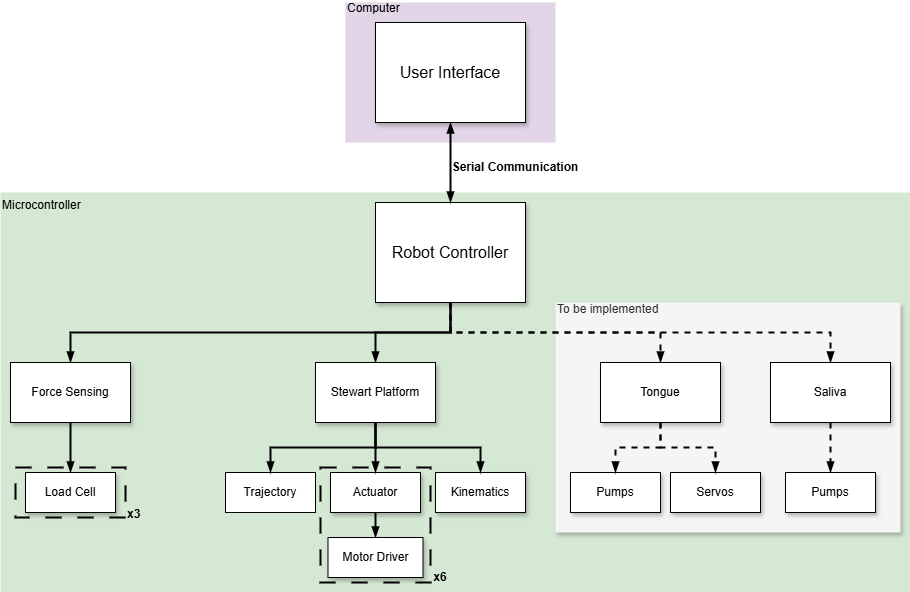
The draw.io diagram report/figures/code_structure.drawio.png in Bdg9/RoboticsJawArduino, before a commit. Source tidied: cells renumbered, new cells last; positions are measured from the earlier drawing's top-left corner, leaving out a move shared by most shapes.
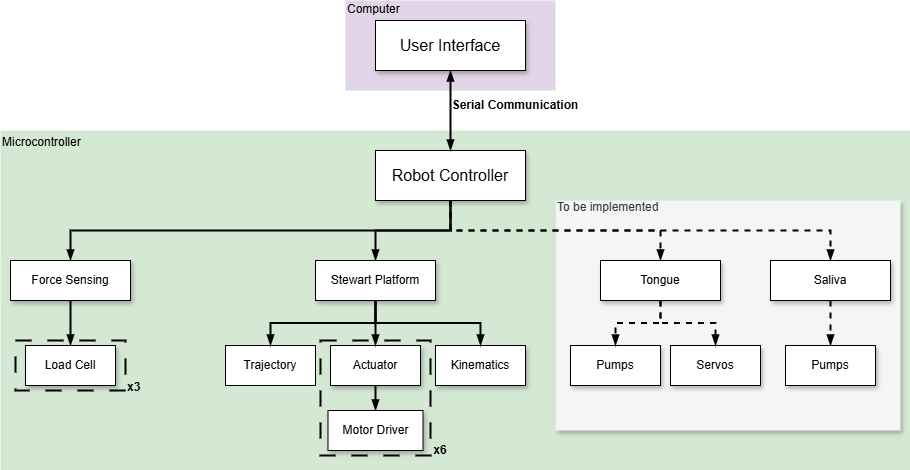
Above is the later version.

Change to the diagram source:
```diff
@@ -2,11 +2,11 @@
   <root>
     <mxCell id="0" />
     <mxCell id="1" parent="0" />
-    <mxCell id="2" value="Microcontroller&lt;div&gt;&lt;br&gt;&lt;/div&gt;&lt;div&gt;&lt;br&gt;&lt;/div&gt;&lt;div&gt;&lt;br&gt;&lt;/div&gt;&lt;div&gt;&lt;br&gt;&lt;/div&gt;&lt;div&gt;&lt;br&gt;&lt;/div&gt;&lt;div&gt;&lt;br&gt;&lt;/div&gt;&lt;div&gt;&lt;br&gt;&lt;/div&gt;&lt;div&gt;&lt;br&gt;&lt;/div&gt;&lt;div&gt;&lt;br&gt;&lt;/div&gt;&lt;div&gt;&lt;br&gt;&lt;/div&gt;&lt;div&gt;&lt;br&gt;&lt;/div&gt;&lt;div&gt;&lt;br&gt;&lt;/div&gt;&lt;div&gt;&lt;br&gt;&lt;/div&gt;&lt;div&gt;&lt;br&gt;&lt;/div&gt;&lt;div&gt;&lt;br&gt;&lt;/div&gt;&lt;div&gt;&lt;br&gt;&lt;/div&gt;&lt;div&gt;&lt;br&gt;&lt;/div&gt;&lt;div&gt;&lt;br&gt;&lt;/div&gt;&lt;div&gt;&lt;br&gt;&lt;/div&gt;&lt;div&gt;&lt;br&gt;&lt;/div&gt;&lt;div&gt;&lt;br&gt;&lt;/div&gt;&lt;div&gt;&lt;br&gt;&lt;/div&gt;&lt;div&gt;&lt;br&gt;&lt;/div&gt;&lt;div&gt;&lt;br&gt;&lt;/div&gt;&lt;div&gt;&lt;br&gt;&lt;/div&gt;&lt;div&gt;&lt;br&gt;&lt;/div&gt;" style="rounded=0;whiteSpace=wrap;html=1;fillColor=#d5e8d4;strokeColor=none;align=left;" parent="1" vertex="1">
-      <mxGeometry y="190" width="910" height="400" as="geometry" />
+    <mxCell id="2" value="Microcontroller&lt;div&gt;&lt;br&gt;&lt;/div&gt;&lt;div&gt;&lt;br&gt;&lt;/div&gt;&lt;div&gt;&lt;br&gt;&lt;/div&gt;&lt;div&gt;&lt;br&gt;&lt;/div&gt;&lt;div&gt;&lt;br&gt;&lt;/div&gt;&lt;div&gt;&lt;br&gt;&lt;/div&gt;&lt;div&gt;&lt;br&gt;&lt;/div&gt;&lt;div&gt;&lt;br&gt;&lt;/div&gt;&lt;div&gt;&lt;br&gt;&lt;/div&gt;&lt;div&gt;&lt;br&gt;&lt;/div&gt;&lt;div&gt;&lt;br&gt;&lt;/div&gt;&lt;div&gt;&lt;br&gt;&lt;/div&gt;&lt;div&gt;&lt;br&gt;&lt;/div&gt;&lt;div&gt;&lt;br&gt;&lt;/div&gt;&lt;div&gt;&lt;br&gt;&lt;/div&gt;&lt;div&gt;&lt;br&gt;&lt;/div&gt;&lt;div&gt;&lt;br&gt;&lt;/div&gt;&lt;div&gt;&lt;br&gt;&lt;/div&gt;&lt;div&gt;&lt;br&gt;&lt;/div&gt;&lt;div&gt;&lt;br&gt;&lt;/div&gt;&lt;div&gt;&lt;br&gt;&lt;/div&gt;&lt;div&gt;&lt;br&gt;&lt;/div&gt;" style="rounded=0;whiteSpace=wrap;html=1;fillColor=#d5e8d4;strokeColor=none;align=left;" parent="1" vertex="1">
+      <mxGeometry y="255" width="910" height="340" as="geometry" />
     </mxCell>
     <mxCell id="3" value="To be implemented&lt;div&gt;&lt;br&gt;&lt;/div&gt;&lt;div&gt;&lt;br&gt;&lt;/div&gt;&lt;div&gt;&lt;br&gt;&lt;/div&gt;&lt;div&gt;&lt;br&gt;&lt;/div&gt;&lt;div&gt;&lt;br&gt;&lt;/div&gt;&lt;div&gt;&lt;br&gt;&lt;/div&gt;&lt;div&gt;&lt;br&gt;&lt;/div&gt;&lt;div&gt;&lt;br&gt;&lt;/div&gt;&lt;div&gt;&lt;br&gt;&lt;/div&gt;&lt;div&gt;&lt;br&gt;&lt;/div&gt;&lt;div&gt;&lt;br&gt;&lt;/div&gt;&lt;div&gt;&lt;br&gt;&lt;/div&gt;&lt;div&gt;&lt;br&gt;&lt;/div&gt;&lt;div&gt;&lt;br&gt;&lt;/div&gt;&lt;div&gt;&lt;br&gt;&lt;/div&gt;" style="rounded=0;whiteSpace=wrap;html=1;fillColor=#f5f5f5;fontColor=#333333;strokeColor=none;shadow=1;align=left;" parent="1" vertex="1">
-      <mxGeometry x="555" y="300" width="345" height="230" as="geometry" />
+      <mxGeometry x="555" y="325" width="345" height="230" as="geometry" />
     </mxCell>
     <mxCell id="4" style="rounded=0;whiteSpace=wrap;html=1;dashed=1;dashPattern=8 8;fillColor=none;strokeWidth=2;strokeColor=#000000;" parent="1" vertex="1">
       <mxGeometry x="15" y="465" width="110" height="50" as="geometry" />
@@ -14,14 +14,14 @@
     <mxCell id="5" style="rounded=0;whiteSpace=wrap;html=1;fillColor=none;dashed=1;dashPattern=8 8;strokeWidth=2;" parent="1" vertex="1">
       <mxGeometry x="320" y="465" width="110" height="115" as="geometry" />
     </mxCell>
-    <mxCell id="6" value="Computer&lt;div&gt;&lt;br&gt;&lt;/div&gt;&lt;div&gt;&lt;br&gt;&lt;/div&gt;&lt;div&gt;&lt;br&gt;&lt;/div&gt;&lt;div&gt;&lt;br&gt;&lt;/div&gt;&lt;div&gt;&lt;br&gt;&lt;/div&gt;&lt;div&gt;&lt;br&gt;&lt;/div&gt;&lt;div&gt;&lt;br&gt;&lt;/div&gt;&lt;div&gt;&lt;br&gt;&lt;/div&gt;&lt;div&gt;&lt;br&gt;&lt;/div&gt;" style="rounded=0;whiteSpace=wrap;html=1;strokeColor=none;fillColor=#e1d5e7;align=left;" parent="1" vertex="1">
-      <mxGeometry x="345" width="210" height="140" as="geometry" />
+    <mxCell id="6" value="Computer&lt;div&gt;&lt;br&gt;&lt;/div&gt;&lt;div&gt;&lt;br&gt;&lt;/div&gt;&lt;div&gt;&lt;br&gt;&lt;/div&gt;&lt;div&gt;&lt;br&gt;&lt;/div&gt;&lt;div&gt;&lt;br&gt;&lt;/div&gt;" style="rounded=0;whiteSpace=wrap;html=1;strokeColor=none;fillColor=#e1d5e7;align=left;" parent="1" vertex="1">
+      <mxGeometry x="345" y="125" width="210" height="90" as="geometry" />
     </mxCell>
     <mxCell id="7" style="edgeStyle=orthogonalEdgeStyle;rounded=0;jettySize=auto;html=1;exitX=0.5;exitY=1;exitDx=0;exitDy=0;endArrow=blockThin;endFill=1;strokeWidth=2;" parent="1" edge="1" source="11" target="35">
       <mxGeometry relative="1" as="geometry">
         <Array as="points">
-          <mxPoint x="450" y="330" />
-          <mxPoint x="375" y="330" />
+          <mxPoint x="450" y="355" />
+          <mxPoint x="375" y="355" />
         </Array>
       </mxGeometry>
     </mxCell>
@@ -35,22 +35,13 @@
       <mxGeometry relative="1" as="geometry" />
     </mxCell>
     <mxCell id="11" value="&lt;font style=&quot;font-size: 16px;&quot;&gt;Robot Controller&lt;/font&gt;" style="rounded=0;whiteSpace=wrap;html=1;shadow=1;" parent="1" vertex="1">
-      <mxGeometry x="375" y="200" width="150" height="100" as="geometry" />
+      <mxGeometry x="375" y="275" width="150" height="50" as="geometry" />
     </mxCell>
-    <mxCell id="12" value="Stewart Platform" style="rounded=0;whiteSpace=wrap;html=1;" parent="1" vertex="1">
-      <mxGeometry x="315" y="360" width="120" height="60" as="geometry" />
-    </mxCell>
-    <mxCell id="13" value="Force Sensing" style="rounded=0;whiteSpace=wrap;html=1;" parent="1" vertex="1">
-      <mxGeometry x="10" y="360" width="120" height="60" as="geometry" />
-    </mxCell>
-    <mxCell id="14" value="Tongue" style="rounded=0;whiteSpace=wrap;html=1;" parent="1" vertex="1">
-      <mxGeometry x="600" y="360" width="120" height="60" as="geometry" />
-    </mxCell>
     <mxCell id="15" style="edgeStyle=orthogonalEdgeStyle;rounded=0;jettySize=auto;html=1;exitX=0.5;exitY=1;exitDx=0;exitDy=0;entryX=0.5;entryY=0;entryDx=0;entryDy=0;strokeWidth=2;endArrow=blockThin;endFill=1;dashed=1;" parent="1" edge="1" source="16" target="18">
       <mxGeometry relative="1" as="geometry" />
     </mxCell>
     <mxCell id="16" value="Saliva" style="rounded=0;whiteSpace=wrap;html=1;shadow=1;" parent="1" vertex="1">
-      <mxGeometry x="770" y="360" width="120" height="60" as="geometry" />
+      <mxGeometry x="770" y="385" width="120" height="40" as="geometry" />
     </mxCell>
     <mxCell id="17" value="Servos" style="rounded=0;whiteSpace=wrap;html=1;shadow=1;" parent="1" vertex="1">
       <mxGeometry x="670" y="470" width="90" height="40" as="geometry" />
@@ -83,10 +74,10 @@
       <mxGeometry relative="1" as="geometry" />
     </mxCell>
     <mxCell id="27" value="&lt;font style=&quot;font-size: 16px;&quot;&gt;User Interface&lt;/font&gt;" style="rounded=0;whiteSpace=wrap;html=1;shadow=1;" parent="1" vertex="1">
-      <mxGeometry x="375" y="20" width="150" height="100" as="geometry" />
+      <mxGeometry x="375" y="145" width="150" height="50" as="geometry" />
     </mxCell>
     <mxCell id="28" value="&lt;b&gt;Serial Communication&lt;/b&gt;" style="text;html=1;align=center;verticalAlign=middle;whiteSpace=wrap;rounded=0;" parent="1" vertex="1">
-      <mxGeometry x="450" y="150" width="130" height="30" as="geometry" />
+      <mxGeometry x="450" y="215" width="130" height="30" as="geometry" />
     </mxCell>
     <mxCell id="29" style="edgeStyle=orthogonalEdgeStyle;rounded=0;jettySize=auto;html=1;exitX=0.5;exitY=1;exitDx=0;exitDy=0;entryX=0.5;entryY=0;entryDx=0;entryDy=0;strokeWidth=2;dashed=1;endArrow=blockThin;endFill=1;" parent="1" edge="1" source="31" target="19">
       <mxGeometry relative="1" as="geometry" />
@@ -95,7 +86,7 @@
       <mxGeometry relative="1" as="geometry" />
     </mxCell>
     <mxCell id="31" value="Tongue" style="rounded=0;whiteSpace=wrap;html=1;shadow=1;" parent="1" vertex="1">
-      <mxGeometry x="600" y="360" width="120" height="60" as="geometry" />
+      <mxGeometry x="600" y="385" width="120" height="40" as="geometry" />
     </mxCell>
     <mxCell id="32" style="edgeStyle=orthogonalEdgeStyle;rounded=0;jettySize=auto;html=1;exitX=0.5;exitY=1;exitDx=0;exitDy=0;entryX=0.5;entryY=0;entryDx=0;entryDy=0;endArrow=blockThin;endFill=1;strokeColor=default;strokeWidth=2;" parent="1" edge="1" source="35" target="23">
       <mxGeometry relative="1" as="geometry" />
@@ -107,13 +98,13 @@
       <mxGeometry relative="1" as="geometry" />
     </mxCell>
     <mxCell id="35" value="Stewart Platform" style="rounded=0;whiteSpace=wrap;html=1;shadow=1;" parent="1" vertex="1">
-      <mxGeometry x="315" y="360" width="120" height="60" as="geometry" />
+      <mxGeometry x="315" y="385" width="120" height="40" as="geometry" />
     </mxCell>
     <mxCell id="36" style="edgeStyle=orthogonalEdgeStyle;rounded=0;jettySize=auto;html=1;exitX=0.5;exitY=1;exitDx=0;exitDy=0;entryX=0.5;entryY=0;entryDx=0;entryDy=0;strokeWidth=2;endArrow=blockThin;endFill=1;" parent="1" edge="1" source="37" target="38">
       <mxGeometry relative="1" as="geometry" />
     </mxCell>
     <mxCell id="37" value="Force Sensing" style="rounded=0;whiteSpace=wrap;html=1;shadow=1;" parent="1" vertex="1">
-      <mxGeometry x="10" y="360" width="120" height="60" as="geometry" />
+      <mxGeometry x="10" y="385" width="120" height="40" as="geometry" />
     </mxCell>
     <mxCell id="38" value="Load Cell" style="rounded=0;whiteSpace=wrap;html=1;shadow=1;" parent="1" vertex="1">
       <mxGeometry x="25" y="470" width="90" height="40" as="geometry" />
```
